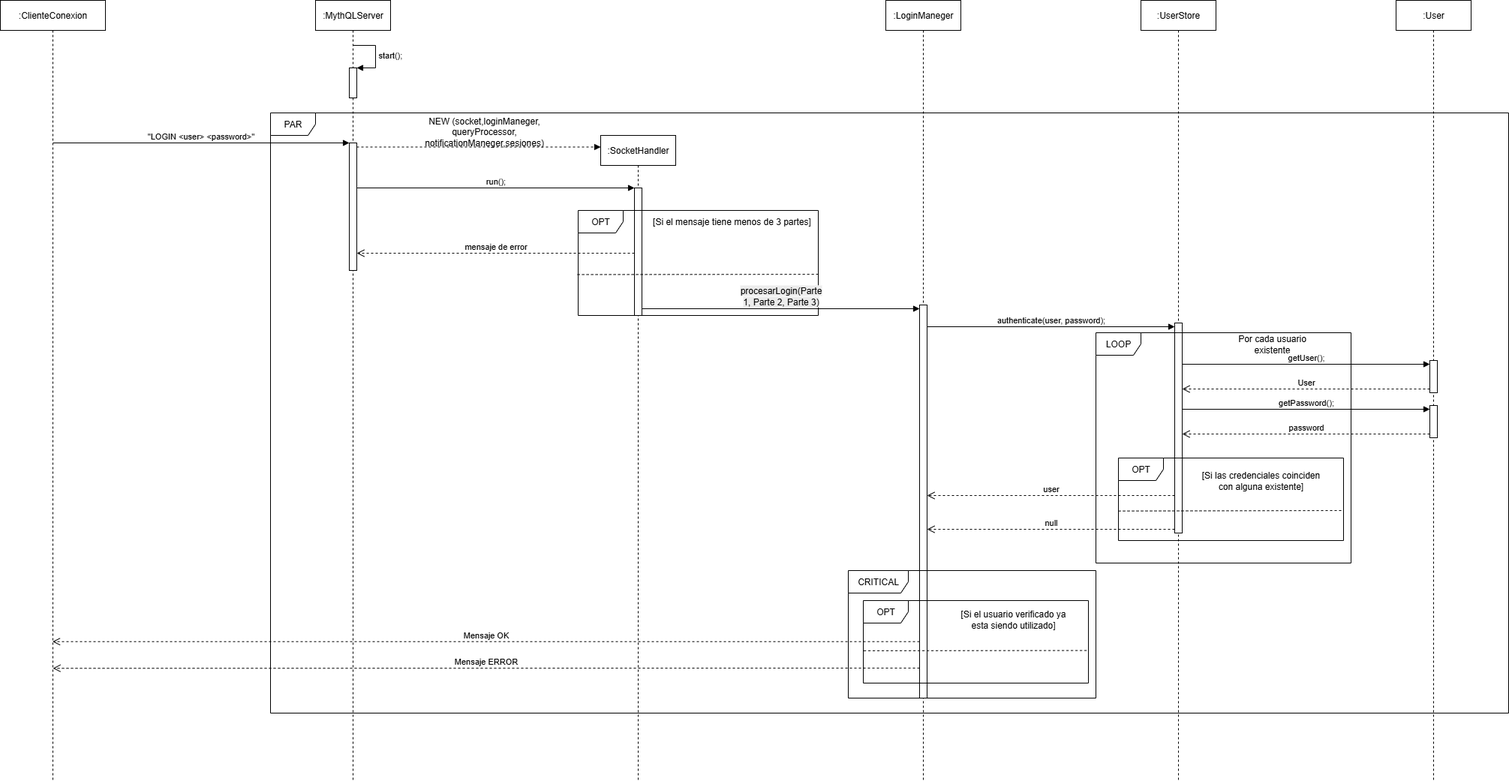
The draw.io diagram Documentacion/VS_IniciarSesion.png in FrancoC519/MythQL, before a commit. Source tidied: cells renumbered, new cells last; positions are measured from the earlier drawing's top-left corner, leaving out a move shared by most shapes. Source of this version:
```xml
<mxGraphModel>
  <root>
    <mxCell id="0" />
    <mxCell id="1" parent="0" />
    <mxCell id="2" value=":MythQLServer" style="shape=umlLifeline;perimeter=lifelinePerimeter;whiteSpace=wrap;html=1;newEdgeStyle={&quot;curved&quot;:0,&quot;rounded&quot;:0};" parent="1" vertex="1">
      <mxGeometry x="420" width="100" height="1040" as="geometry" />
    </mxCell>
    <mxCell id="3" style="html=1;points=[[0,0,0,0,5],[0,1,0,0,-5],[1,0,0,0,5],[1,1,0,0,-5]];perimeter=orthogonalPerimeter;outlineConnect=0;targetShapes=umlLifeline;portConstraint=eastwest;newEdgeStyle={&quot;curved&quot;:0,&quot;rounded&quot;:0};" parent="2" vertex="1">
      <mxGeometry x="45" y="190" width="10" height="170" as="geometry" />
    </mxCell>
    <mxCell id="4" style="html=1;perimeter=orthogonalPerimeter;targetShapes=umlLifeline;newEdgeStyle={&quot;curved&quot;:0,&quot;rounded&quot;:0};" parent="2" vertex="1">
      <mxGeometry x="45" y="90" width="10" height="40" as="geometry" />
    </mxCell>
    <mxCell id="5" value="start();" style="html=1;align=left;spacingLeft=2;endArrow=block;rounded=0;edgeStyle=orthogonalEdgeStyle;curved=0;rounded=0;" parent="2" edge="1">
      <mxGeometry relative="1" as="geometry">
        <mxPoint x="50" y="60" as="sourcePoint" />
        <mxPoint x="55" y="90" as="targetPoint" />
        <Array as="points">
          <mxPoint x="80" y="90" />
        </Array>
      </mxGeometry>
    </mxCell>
    <mxCell id="6" value=":SocketHandler" style="shape=umlLifeline;perimeter=lifelinePerimeter;whiteSpace=wrap;html=1;outlineConnect=0;portConstraint=eastwest;newEdgeStyle={&quot;curved&quot;:0,&quot;rounded&quot;:0};" parent="1" vertex="1">
      <mxGeometry x="800" y="180" width="100" height="860" as="geometry" />
    </mxCell>
    <mxCell id="7" style="html=1;points=[[0,0,0,0,5],[0,1,0,0,-5],[1,0,0,0,5],[1,1,0,0,-5]];perimeter=orthogonalPerimeter;outlineConnect=0;targetShapes=umlLifeline;portConstraint=eastwest;newEdgeStyle={&quot;curved&quot;:0,&quot;rounded&quot;:0};" parent="6" vertex="1">
      <mxGeometry x="45" y="70" width="10" height="170" as="geometry" />
    </mxCell>
    <mxCell id="8" value=":LoginManeger" style="shape=umlLifeline;perimeter=lifelinePerimeter;whiteSpace=wrap;html=1;newEdgeStyle={&quot;curved&quot;:0,&quot;rounded&quot;:0};" parent="1" vertex="1">
      <mxGeometry x="1180" width="100" height="1040" as="geometry" />
    </mxCell>
    <mxCell id="9" value=":UserStore" style="shape=umlLifeline;perimeter=lifelinePerimeter;whiteSpace=wrap;html=1;newEdgeStyle={&quot;curved&quot;:0,&quot;rounded&quot;:0};" parent="1" vertex="1">
      <mxGeometry x="1520" width="100" height="1040" as="geometry" />
    </mxCell>
    <mxCell id="10" value=":User" style="shape=umlLifeline;perimeter=lifelinePerimeter;whiteSpace=wrap;html=1;newEdgeStyle={&quot;curved&quot;:0,&quot;rounded&quot;:0};" parent="1" vertex="1">
      <mxGeometry x="1860" width="100" height="1040" as="geometry" />
    </mxCell>
    <mxCell id="11" style="html=1;points=[[0,0,0,0,5],[0,1,0,0,-5],[1,0,0,0,5],[1,1,0,0,-5]];perimeter=orthogonalPerimeter;outlineConnect=0;targetShapes=umlLifeline;portConstraint=eastwest;newEdgeStyle={&quot;curved&quot;:0,&quot;rounded&quot;:0};" parent="10" vertex="1">
      <mxGeometry x="45" y="480" width="10" height="43" as="geometry" />
    </mxCell>
    <mxCell id="12" style="html=1;points=[[0,0,0,0,5],[0,1,0,0,-5],[1,0,0,0,5],[1,1,0,0,-5]];perimeter=orthogonalPerimeter;outlineConnect=0;targetShapes=umlLifeline;portConstraint=eastwest;newEdgeStyle={&quot;curved&quot;:0,&quot;rounded&quot;:0};" parent="10" vertex="1">
      <mxGeometry x="45" y="540" width="10" height="43" as="geometry" />
    </mxCell>
    <mxCell id="13" value="getPassword();" style="html=1;verticalAlign=bottom;endArrow=block;curved=0;rounded=0;entryX=0;entryY=0;entryDx=0;entryDy=5;" parent="10" edge="1" target="12">
      <mxGeometry relative="1" as="geometry">
        <mxPoint x="-285" y="545" as="sourcePoint" />
      </mxGeometry>
    </mxCell>
    <mxCell id="14" value="password" style="html=1;verticalAlign=bottom;endArrow=open;dashed=1;endSize=8;curved=0;rounded=0;exitX=0;exitY=1;exitDx=0;exitDy=-5;" parent="10" edge="1" source="12">
      <mxGeometry relative="1" as="geometry">
        <mxPoint x="-285" y="578" as="targetPoint" />
      </mxGeometry>
    </mxCell>
    <mxCell id="15" value=":ClienteConexion" style="shape=umlLifeline;perimeter=lifelinePerimeter;whiteSpace=wrap;html=1;outlineConnect=0;portConstraint=eastwest;newEdgeStyle={&quot;curved&quot;:0,&quot;rounded&quot;:0};" parent="1" vertex="1">
      <mxGeometry width="140" height="1040" as="geometry" />
    </mxCell>
    <mxCell id="16" value="&quot;LOGIN &amp;lt;user&amp;gt; &amp;lt;password&amp;gt;&quot;" style="html=1;verticalAlign=bottom;endArrow=block;curved=0;rounded=0;entryX=0;entryY=0;entryDx=0;entryDy=5;" parent="1" edge="1">
      <mxGeometry relative="1" as="geometry">
        <mxPoint x="70.2" y="190" as="sourcePoint" />
        <mxPoint x="465" y="190" as="targetPoint" />
      </mxGeometry>
    </mxCell>
    <mxCell id="17" value="PAR" style="shape=umlFrame;whiteSpace=wrap;html=1;" parent="1" vertex="1">
      <mxGeometry x="360" y="150" width="1650" height="800" as="geometry" />
    </mxCell>
    <mxCell id="18" value="run();" style="html=1;verticalAlign=bottom;endArrow=block;curved=0;rounded=0;entryX=0;entryY=0;entryDx=0;entryDy=5;" parent="1" edge="1">
      <mxGeometry relative="1" as="geometry">
        <mxPoint x="475" y="250" as="sourcePoint" />
        <mxPoint x="845" y="250" as="targetPoint" />
      </mxGeometry>
    </mxCell>
    <mxCell id="19" style="endArrow=block;dashed=1;html=1;rounded=0;entryX=0;entryY=0.018;entryDx=0;entryDy=0;entryPerimeter=0;endFill=1;" parent="1" edge="1" source="3" target="6">
      <mxGeometry relative="1" as="geometry" />
    </mxCell>
    <mxCell id="20" value="NEW (socket,loginManeger,&lt;div&gt;queryProcessor,&lt;/div&gt;&lt;div&gt;notificationManeger,sesiones)&lt;/div&gt;" style="text;html=1;whiteSpace=wrap;strokeColor=none;fillColor=none;align=center;verticalAlign=middle;rounded=0;" parent="1" vertex="1">
      <mxGeometry x="570" y="160" width="150" height="30" as="geometry" />
    </mxCell>
    <mxCell id="21" value="OPT" style="shape=umlFrame;whiteSpace=wrap;html=1;" parent="1" vertex="1">
      <mxGeometry x="770" y="280" width="320" height="140" as="geometry" />
    </mxCell>
    <mxCell id="22" style="endArrow=none;dashed=1;html=1;rounded=0;exitX=-0.002;exitY=0.601;exitDx=0;exitDy=0;exitPerimeter=0;entryX=1;entryY=0.608;entryDx=0;entryDy=0;entryPerimeter=0;" parent="1" edge="1" target="21">
      <mxGeometry relative="1" as="geometry">
        <mxPoint x="769.1" y="365.5" as="sourcePoint" />
      </mxGeometry>
    </mxCell>
    <mxCell id="23" value="[Si el mensaje tiene menos de 3 partes]" style="text;html=1;whiteSpace=wrap;strokeColor=none;fillColor=none;align=center;verticalAlign=middle;rounded=0;" parent="1" vertex="1">
      <mxGeometry x="860" y="280" width="230" height="30" as="geometry" />
    </mxCell>
    <mxCell id="24" value="mensaje de error" style="html=1;verticalAlign=bottom;endArrow=open;dashed=1;endSize=8;curved=0;rounded=0;" parent="1" edge="1">
      <mxGeometry relative="1" as="geometry">
        <mxPoint x="845" y="337" as="sourcePoint" />
        <mxPoint x="475" y="337" as="targetPoint" />
      </mxGeometry>
    </mxCell>
    <mxCell id="25" style="html=1;points=[[0,0,0,0,5],[0,1,0,0,-5],[1,0,0,0,5],[1,1,0,0,-5]];perimeter=orthogonalPerimeter;outlineConnect=0;targetShapes=umlLifeline;portConstraint=eastwest;newEdgeStyle={&quot;curved&quot;:0,&quot;rounded&quot;:0};" parent="1" vertex="1">
      <mxGeometry x="1225" y="406" width="10" height="524" as="geometry" />
    </mxCell>
    <mxCell id="26" value="&lt;span style=&quot;font-size: 12px; text-wrap-mode: wrap; background-color: rgb(236, 236, 236);&quot;&gt;procesarLogin(Parte 1, Parte 2, Parte 3)&lt;/span&gt;" style="html=1;verticalAlign=bottom;endArrow=block;curved=0;rounded=0;entryX=0;entryY=0;entryDx=0;entryDy=5;" parent="1" edge="1" source="7" target="25">
      <mxGeometry relative="1" as="geometry" />
    </mxCell>
    <mxCell id="27" style="html=1;points=[[0,0,0,0,5],[0,1,0,0,-5],[1,0,0,0,5],[1,1,0,0,-5]];perimeter=orthogonalPerimeter;outlineConnect=0;targetShapes=umlLifeline;portConstraint=eastwest;newEdgeStyle={&quot;curved&quot;:0,&quot;rounded&quot;:0};" parent="1" vertex="1">
      <mxGeometry x="1565" y="430" width="10" height="280" as="geometry" />
    </mxCell>
    <mxCell id="28" value="authenticate(user, password);" style="html=1;verticalAlign=bottom;endArrow=block;curved=0;rounded=0;entryX=0;entryY=0;entryDx=0;entryDy=5;" parent="1" edge="1" source="25" target="27">
      <mxGeometry relative="1" as="geometry" />
    </mxCell>
    <mxCell id="29" value="null" style="html=1;verticalAlign=bottom;endArrow=open;dashed=1;endSize=8;curved=0;rounded=0;exitX=0;exitY=1;exitDx=0;exitDy=-5;" parent="1" edge="1" source="27" target="25">
      <mxGeometry relative="1" as="geometry" />
    </mxCell>
    <mxCell id="30" value="LOOP" style="shape=umlFrame;whiteSpace=wrap;html=1;" parent="1" vertex="1">
      <mxGeometry x="1460" y="443" width="340" height="307" as="geometry" />
    </mxCell>
    <mxCell id="31" value="CRITICAL" style="shape=umlFrame;whiteSpace=wrap;html=1;width=80;height=30;" parent="1" vertex="1">
      <mxGeometry x="1130" y="760" width="330" height="170" as="geometry" />
    </mxCell>
    <mxCell id="32" value="Por cada usuario existente" style="text;html=1;whiteSpace=wrap;strokeColor=none;fillColor=none;align=center;verticalAlign=middle;rounded=0;" parent="1" vertex="1">
      <mxGeometry x="1630" y="443" width="130" height="30" as="geometry" />
    </mxCell>
    <mxCell id="33" value="OPT" style="shape=umlFrame;whiteSpace=wrap;html=1;" parent="1" vertex="1">
      <mxGeometry x="1490" y="610" width="300" height="110" as="geometry" />
    </mxCell>
    <mxCell id="34" value="user" style="html=1;verticalAlign=bottom;endArrow=open;dashed=1;endSize=8;curved=0;rounded=0;exitX=0;exitY=1;exitDx=0;exitDy=-5;" parent="1" edge="1">
      <mxGeometry relative="1" as="geometry">
        <mxPoint x="1565" y="660" as="sourcePoint" />
        <mxPoint x="1235" y="660" as="targetPoint" />
      </mxGeometry>
    </mxCell>
    <mxCell id="35" style="endArrow=none;dashed=1;html=1;rounded=0;" parent="1" edge="1">
      <mxGeometry relative="1" as="geometry">
        <mxPoint x="1490" y="680.6" as="sourcePoint" />
        <mxPoint x="1790" y="680" as="targetPoint" />
      </mxGeometry>
    </mxCell>
    <mxCell id="36" value="[Si las credenciales coinciden con alguna existente]" style="text;html=1;whiteSpace=wrap;strokeColor=none;fillColor=none;align=center;verticalAlign=middle;rounded=0;" parent="1" vertex="1">
      <mxGeometry x="1600" y="610" width="160" height="60" as="geometry" />
    </mxCell>
    <mxCell id="37" value="getUser();" style="html=1;verticalAlign=bottom;endArrow=block;curved=0;rounded=0;entryX=0;entryY=0;entryDx=0;entryDy=5;" parent="1" edge="1" source="27" target="11">
      <mxGeometry relative="1" as="geometry" />
    </mxCell>
    <mxCell id="38" value="User" style="html=1;verticalAlign=bottom;endArrow=open;dashed=1;endSize=8;curved=0;rounded=0;exitX=0;exitY=1;exitDx=0;exitDy=-5;" parent="1" edge="1" source="11" target="27">
      <mxGeometry relative="1" as="geometry" />
    </mxCell>
    <mxCell id="39" value="OPT" style="shape=umlFrame;whiteSpace=wrap;html=1;" parent="1" vertex="1">
      <mxGeometry x="1150" y="800" width="300" height="110" as="geometry" />
    </mxCell>
    <mxCell id="40" value="[Si el usuario verificado ya esta siendo utilizado]" style="text;html=1;whiteSpace=wrap;strokeColor=none;fillColor=none;align=center;verticalAlign=middle;rounded=0;" parent="1" vertex="1">
      <mxGeometry x="1270" y="800" width="160" height="50" as="geometry" />
    </mxCell>
    <mxCell id="41" style="endArrow=none;dashed=1;html=1;rounded=0;exitX=0.002;exitY=0.608;exitDx=0;exitDy=0;exitPerimeter=0;entryX=1;entryY=0.605;entryDx=0;entryDy=0;entryPerimeter=0;" parent="1" edge="1" source="39" target="39">
      <mxGeometry relative="1" as="geometry" />
    </mxCell>
    <mxCell id="42" value="Mensaje OK" style="html=1;verticalAlign=bottom;endArrow=open;dashed=1;endSize=8;curved=0;rounded=0;" parent="1" edge="1" target="15">
      <mxGeometry relative="1" as="geometry">
        <mxPoint x="1225" y="854.7" as="sourcePoint" />
      </mxGeometry>
    </mxCell>
    <mxCell id="43" value="Mensaje ERROR" style="html=1;verticalAlign=bottom;endArrow=open;dashed=1;endSize=8;curved=0;rounded=0;" parent="1" edge="1">
      <mxGeometry relative="1" as="geometry">
        <mxPoint x="1225" y="890" as="sourcePoint" />
        <mxPoint x="70" y="890.3" as="targetPoint" />
      </mxGeometry>
    </mxCell>
  </root>
</mxGraphModel>
```
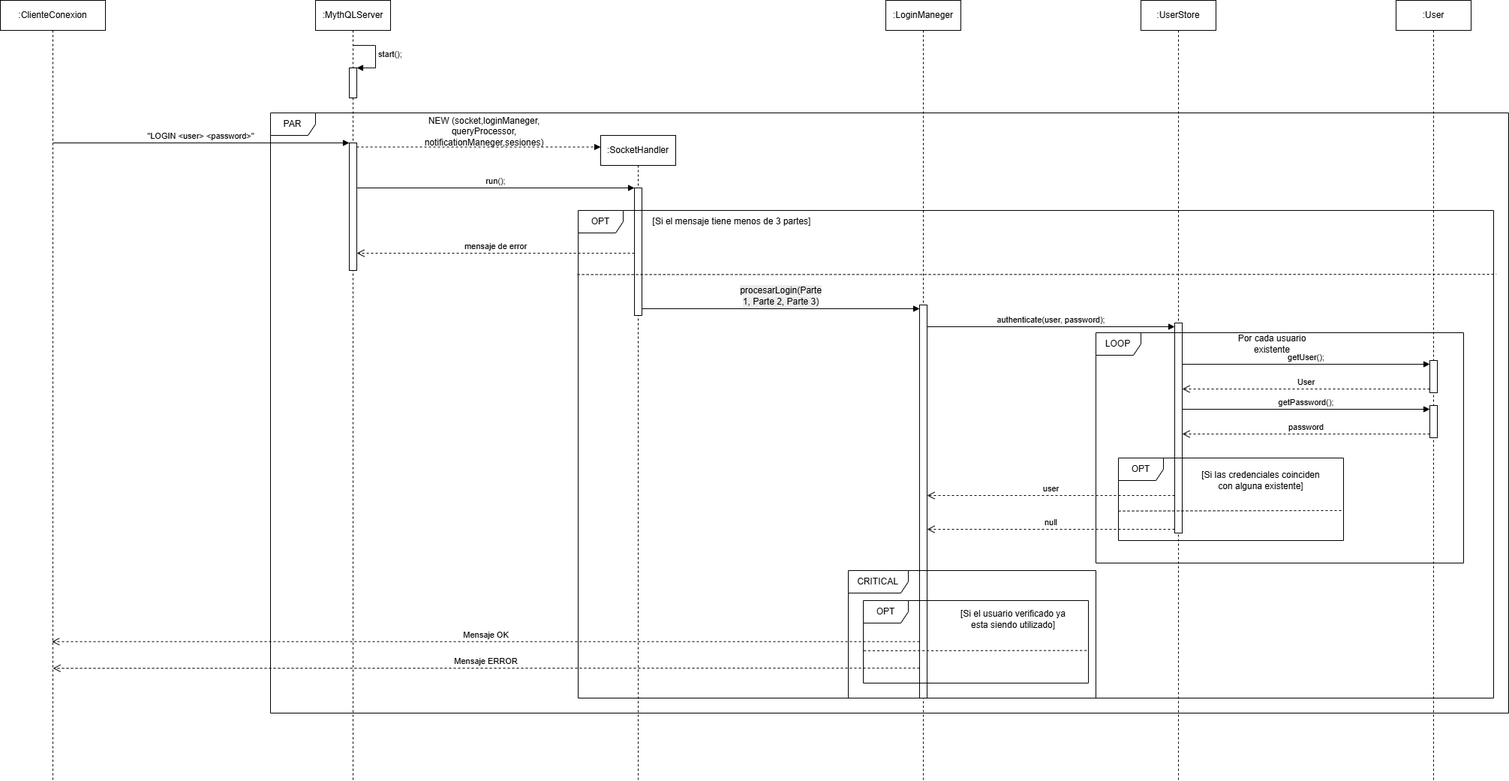
The same file after the commit.

What changed in the source:
```diff
@@ -76,9 +76,9 @@
       <mxGeometry x="570" y="160" width="150" height="30" as="geometry" />
     </mxCell>
     <mxCell id="21" value="OPT" style="shape=umlFrame;whiteSpace=wrap;html=1;" parent="1" vertex="1">
-      <mxGeometry x="770" y="280" width="320" height="140" as="geometry" />
+      <mxGeometry x="770" y="280" width="1220" height="650" as="geometry" />
     </mxCell>
-    <mxCell id="22" style="endArrow=none;dashed=1;html=1;rounded=0;exitX=-0.002;exitY=0.601;exitDx=0;exitDy=0;exitPerimeter=0;entryX=1;entryY=0.608;entryDx=0;entryDy=0;entryPerimeter=0;" parent="1" edge="1" target="21">
+    <mxCell id="22" style="endArrow=none;dashed=1;html=1;rounded=0;exitX=-0.002;exitY=0.601;exitDx=0;exitDy=0;exitPerimeter=0;entryX=1.003;entryY=0.131;entryDx=0;entryDy=0;entryPerimeter=0;" parent="1" edge="1" target="21">
       <mxGeometry relative="1" as="geometry">
         <mxPoint x="769.1" y="365.5" as="sourcePoint" />
       </mxGeometry>
@@ -108,7 +108,7 @@
       <mxGeometry relative="1" as="geometry" />
     </mxCell>
     <mxCell id="30" value="LOOP" style="shape=umlFrame;whiteSpace=wrap;html=1;" parent="1" vertex="1">
-      <mxGeometry x="1460" y="443" width="340" height="307" as="geometry" />
+      <mxGeometry x="1460" y="443" width="490" height="307" as="geometry" />
     </mxCell>
     <mxCell id="31" value="CRITICAL" style="shape=umlFrame;whiteSpace=wrap;html=1;width=80;height=30;" parent="1" vertex="1">
       <mxGeometry x="1130" y="760" width="330" height="170" as="geometry" />
```
